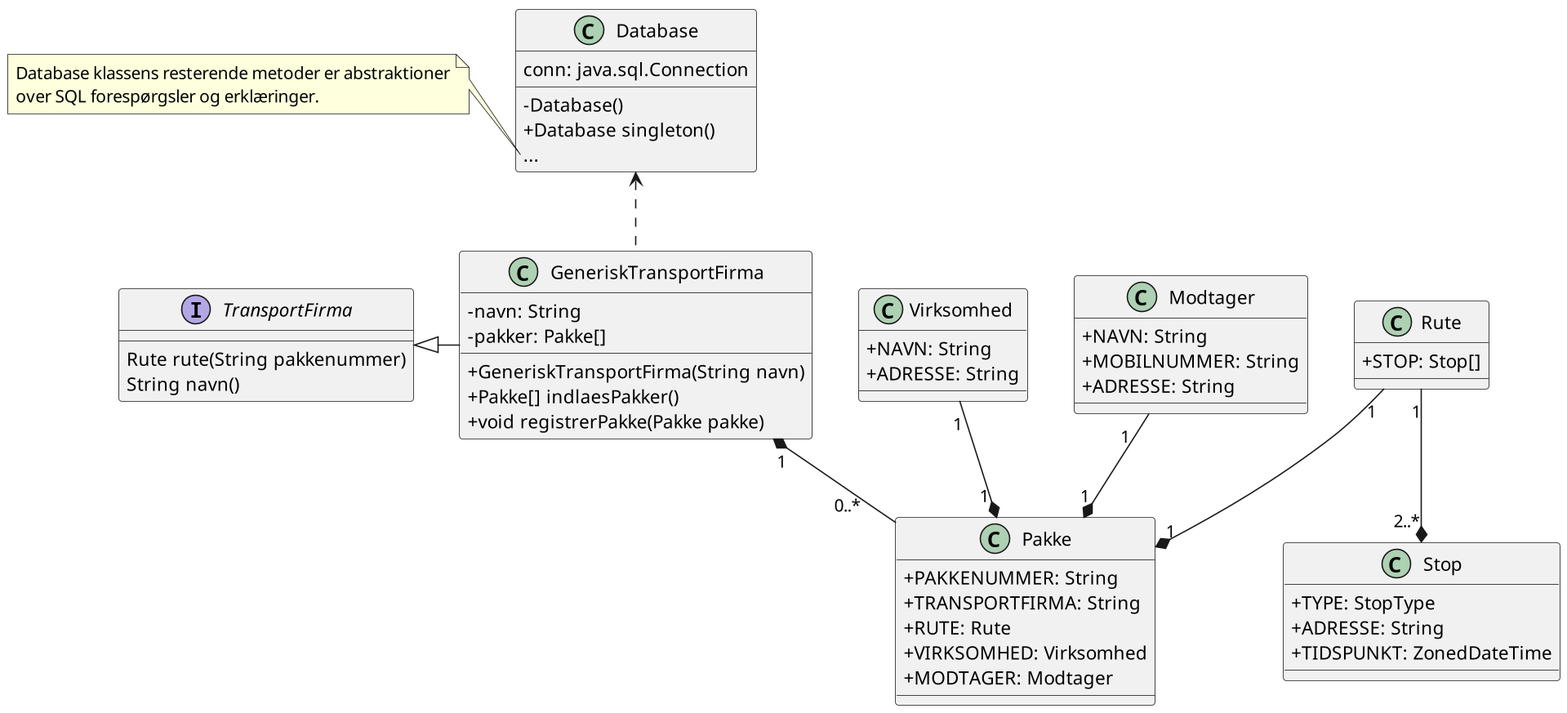
This is diagram/class-diagram.png from sofush/trace, a PlantUML export, as it was before one commit.
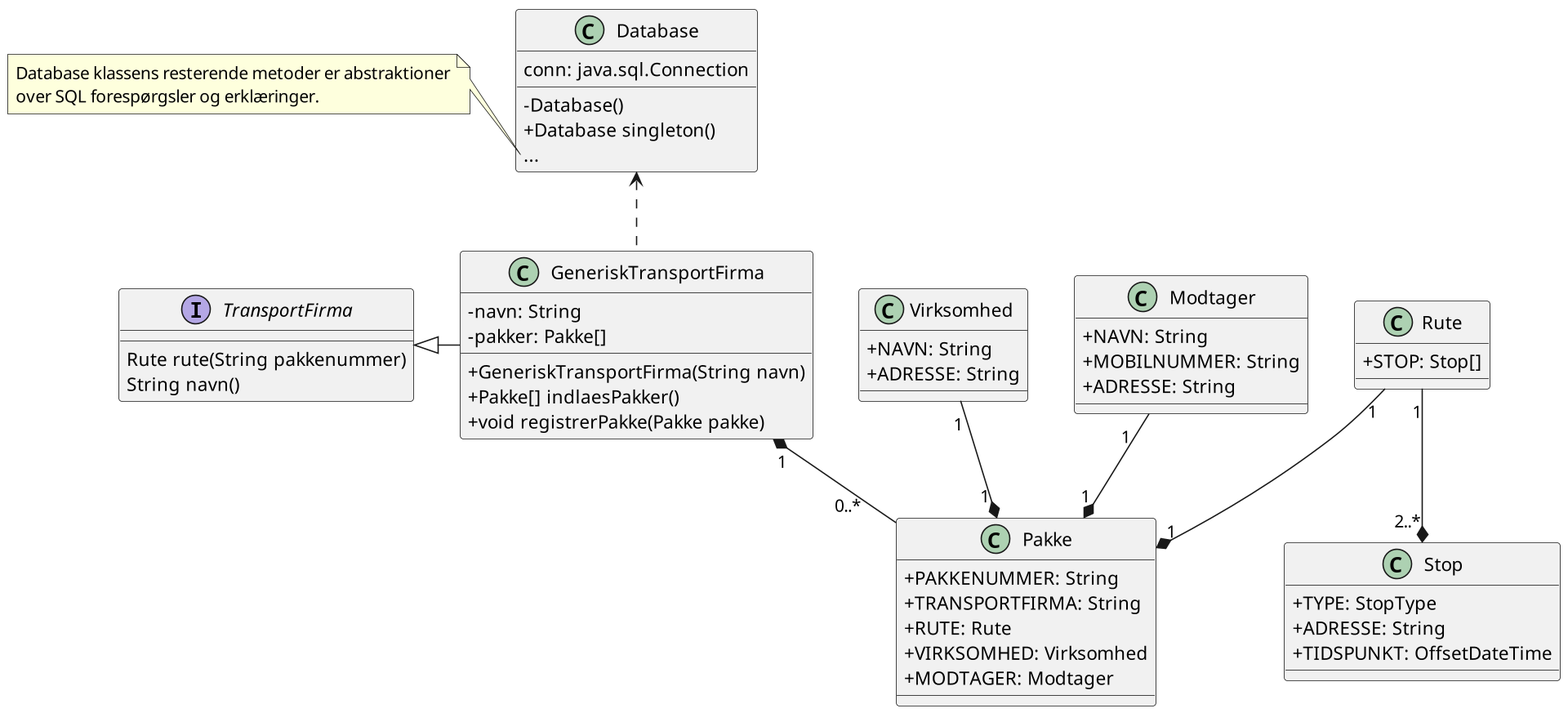
Later version of the same file.

Commit message:
feat: opdater klasse diagrammet til at reflektere ændringen

The edit, as a diff of the source:
```diff
@@ -18,7 +18,7 @@
 class Stop {
 	+ TYPE: StopType
 	+ ADRESSE: String
-	+ TIDSPUNKT: ZonedDateTime
+	+ TIDSPUNKT: OffsetDateTime
 }
 class Rute {
 	+ STOP: Stop[]
```
